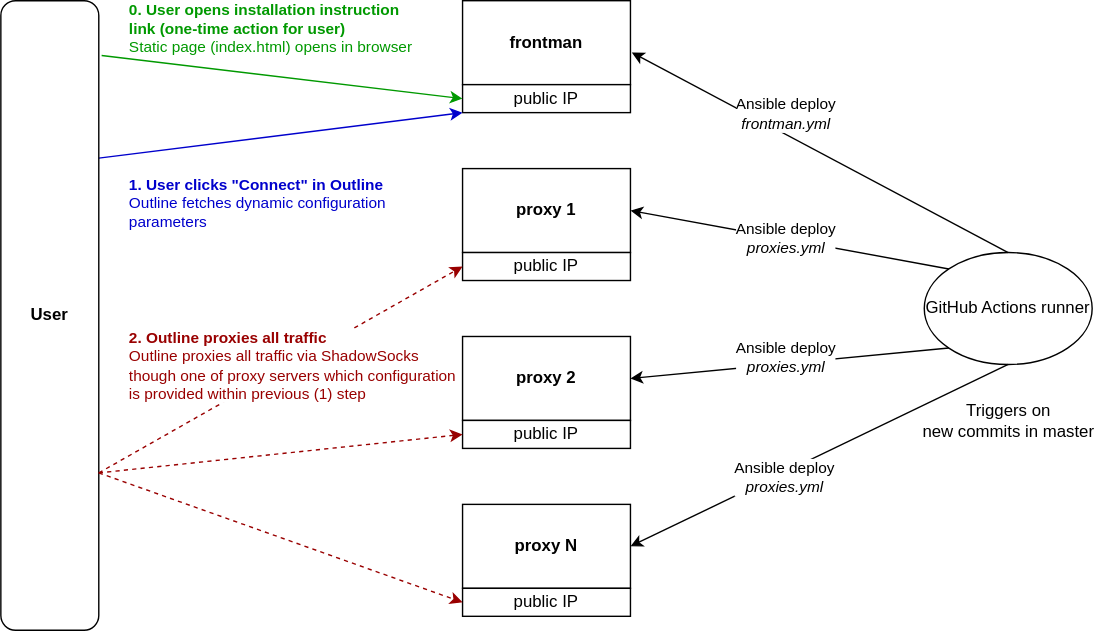
This is diagram.svg from ed-asriyan/proxy-server, a draw.io export, as it was before one commit. Source tidied: cells renumbered, new cells last; positions are measured from the earlier drawing's top-left corner, leaving out a move shared by most shapes.
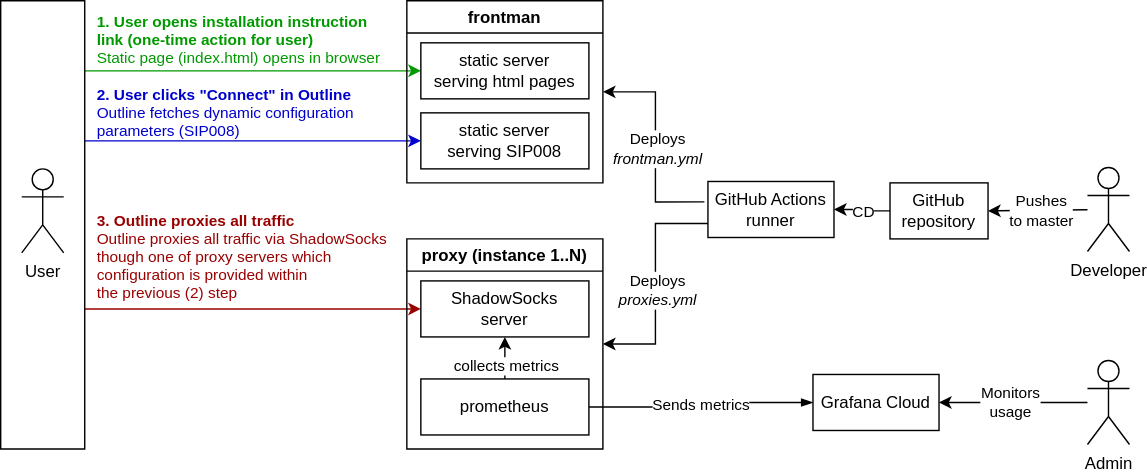
After the change.

What changed in the source:
```diff
@@ -2,100 +2,125 @@
   <root>
     <mxCell id="0" />
     <mxCell id="1" parent="0" />
-    <mxCell id="2" value="&lt;b&gt;frontman&lt;/b&gt;" style="rounded=0;whiteSpace=wrap;html=1;" parent="1" vertex="1">
-      <mxGeometry x="330" width="120" height="60" as="geometry" />
-    </mxCell>
-    <mxCell id="3" value="public IP" style="rounded=0;whiteSpace=wrap;html=1;" parent="1" vertex="1">
-      <mxGeometry x="330" y="60" width="120" height="20" as="geometry" />
-    </mxCell>
-    <mxCell id="4" value="&lt;b&gt;proxy 1&lt;/b&gt;" style="rounded=0;whiteSpace=wrap;html=1;" parent="1" vertex="1">
-      <mxGeometry x="330" y="120" width="120" height="60" as="geometry" />
-    </mxCell>
-    <mxCell id="5" value="public IP" style="rounded=0;whiteSpace=wrap;html=1;" parent="1" vertex="1">
-      <mxGeometry x="330" y="180" width="120" height="20" as="geometry" />
-    </mxCell>
-    <mxCell id="6" value="&lt;b&gt;proxy 2&lt;/b&gt;" style="rounded=0;whiteSpace=wrap;html=1;" parent="1" vertex="1">
-      <mxGeometry x="330" y="240" width="120" height="60" as="geometry" />
-    </mxCell>
-    <mxCell id="7" value="public IP" style="rounded=0;whiteSpace=wrap;html=1;" parent="1" vertex="1">
-      <mxGeometry x="330" y="300" width="120" height="20" as="geometry" />
-    </mxCell>
-    <mxCell id="8" value="&lt;b&gt;proxy N&lt;/b&gt;" style="rounded=0;whiteSpace=wrap;html=1;" parent="1" vertex="1">
-      <mxGeometry x="330" y="360" width="120" height="60" as="geometry" />
-    </mxCell>
-    <mxCell id="9" value="public IP" style="rounded=0;whiteSpace=wrap;html=1;" parent="1" vertex="1">
-      <mxGeometry x="330" y="420" width="120" height="20" as="geometry" />
-    </mxCell>
-    <mxCell id="10" value="GitHub Actions runner" style="ellipse;whiteSpace=wrap;html=1;" parent="1" vertex="1">
-      <mxGeometry x="660" y="180" width="120" height="80" as="geometry" />
-    </mxCell>
-    <mxCell id="11" style="endArrow=classic;html=1;rounded=0;entryX=1.008;entryY=0.617;entryDx=0;entryDy=0;exitX=0.5;exitY=0;exitDx=0;exitDy=0;entryPerimeter=0;" parent="1" edge="1" source="10" target="2">
+    <mxCell id="11" style="endArrow=classic;html=1;rounded=0;exitX=-0.028;exitY=0.364;exitDx=0;exitDy=0;edgeStyle=orthogonalEdgeStyle;entryX=1;entryY=0.5;entryDx=0;entryDy=0;exitPerimeter=0;" parent="1" edge="1" source="10" target="2">
       <mxGeometry relative="1" as="geometry" />
     </mxCell>
-    <mxCell id="12" value="Ansible deploy&lt;br&gt;&lt;i&gt;frontman.yml&lt;/i&gt;" style="edgeLabel;html=1;align=center;verticalAlign=middle;" parent="11" vertex="1">
-      <mxGeometry x="-0.24" y="3" relative="1" as="geometry">
-        <mxPoint x="-56" y="-48" as="offset" />
-      </mxGeometry>
-    </mxCell>
-    <mxCell id="13" style="endArrow=classic;html=1;rounded=0;entryX=1;entryY=0.5;entryDx=0;entryDy=0;exitX=0;exitY=0;exitDx=0;exitDy=0;" parent="1" edge="1" source="10" target="4">
-      <mxGeometry relative="1" as="geometry" />
-    </mxCell>
-    <mxCell id="14" value="Ansible deploy&lt;br&gt;&lt;i style=&quot;border-color: var(--border-color);&quot;&gt;proxies.yml&lt;/i&gt;" style="edgeLabel;html=1;align=center;verticalAlign=middle;" parent="13" vertex="1">
-      <mxGeometry x="-0.24" y="3" relative="1" as="geometry">
-        <mxPoint x="-30" y="-9" as="offset" />
-      </mxGeometry>
-    </mxCell>
-    <mxCell id="15" style="endArrow=classic;html=1;rounded=0;entryX=1;entryY=0.5;entryDx=0;entryDy=0;exitX=0;exitY=1;exitDx=0;exitDy=0;" parent="1" edge="1" source="10" target="6">
-      <mxGeometry relative="1" as="geometry" />
-    </mxCell>
-    <mxCell id="16" value="Ansible deploy&lt;br&gt;&lt;i style=&quot;border-color: var(--border-color);&quot;&gt;proxies.yml&lt;/i&gt;" style="edgeLabel;html=1;align=center;verticalAlign=middle;" parent="15" vertex="1">
-      <mxGeometry x="-0.24" y="3" relative="1" as="geometry">
-        <mxPoint x="-31" y="-5" as="offset" />
-      </mxGeometry>
-    </mxCell>
-    <mxCell id="17" style="endArrow=classic;html=1;rounded=0;entryX=1;entryY=0.5;entryDx=0;entryDy=0;exitX=0.5;exitY=1;exitDx=0;exitDy=0;" parent="1" edge="1" source="10" target="8">
-      <mxGeometry relative="1" as="geometry" />
-    </mxCell>
-    <mxCell id="18" value="Ansible deploy&lt;br&gt;&lt;i style=&quot;border-color: var(--border-color);&quot;&gt;proxies.yml&lt;/i&gt;" style="edgeLabel;html=1;align=center;verticalAlign=middle;" parent="17" vertex="1">
-      <mxGeometry x="-0.24" y="3" relative="1" as="geometry">
-        <mxPoint x="-59" y="28" as="offset" />
-      </mxGeometry>
-    </mxCell>
-    <mxCell id="19" value="Triggers on&lt;br&gt;new commits in master" style="text;html=1;align=center;verticalAlign=middle;strokeColor=none;fillColor=none;" parent="1" vertex="1">
-      <mxGeometry x="645" y="280" width="150" height="40" as="geometry" />
-    </mxCell>
+    <mxCell id="29" value="Deploys&lt;br&gt;&lt;i&gt;frontman.yml&lt;/i&gt;" style="edgeLabel;html=1;align=center;verticalAlign=middle;" parent="11" vertex="1">
+      <mxGeometry x="0.16" y="-1" relative="1" as="geometry">
+        <mxPoint y="15" as="offset" />
+      </mxGeometry>
+    </mxCell>
-    <mxCell id="20" style="endArrow=classic;html=1;rounded=0;exitX=1.029;exitY=0.087;exitDx=0;exitDy=0;exitPerimeter=0;fontColor=#009900;strokeColor=#009900;entryX=0;entryY=0.5;entryDx=0;entryDy=0;" parent="1" edge="1" source="24" target="3">
-      <mxGeometry relative="1" as="geometry" />
+    <mxCell id="20" style="endArrow=classic;html=1;rounded=0;fontColor=#009900;strokeColor=#009900;entryX=0;entryY=0.5;entryDx=0;entryDy=0;" parent="1" edge="1" target="35">
+      <mxGeometry relative="1" as="geometry">
+        <mxPoint x="50" y="-90" as="sourcePoint" />
+      </mxGeometry>
     </mxCell>
-    <mxCell id="21" value="&lt;div style=&quot;&quot;&gt;&lt;b&gt;0. User opens installation instruction&lt;/b&gt;&lt;/div&gt;&lt;div style=&quot;&quot;&gt;&lt;b&gt;link (one-time action for user)&lt;/b&gt;&lt;/div&gt;&lt;div style=&quot;&quot;&gt;Static page (index.html) opens in browser&lt;/div&gt;" style="edgeLabel;html=1;align=left;verticalAlign=middle;fontColor=#009900;" parent="20" vertex="1">
+    <mxCell id="21" value="&lt;div style=&quot;&quot;&gt;&lt;b&gt;1. User opens installation instruction&lt;/b&gt;&lt;/div&gt;&lt;div style=&quot;&quot;&gt;&lt;b&gt;link (one-time action for user)&lt;/b&gt;&lt;/div&gt;&lt;div style=&quot;&quot;&gt;Static page (index.html) opens in browser&lt;/div&gt;" style="edgeLabel;html=1;align=left;verticalAlign=middle;fontColor=#009900;labelBackgroundColor=none;" parent="20" vertex="1">
       <mxGeometry x="-0.24" y="3" relative="1" as="geometry">
-        <mxPoint x="-81" y="-28" as="offset" />
+        <mxPoint x="-84" y="-20" as="offset" />
       </mxGeometry>
     </mxCell>
-    <mxCell id="22" style="endArrow=classic;html=1;rounded=0;entryX=0;entryY=1;entryDx=0;entryDy=0;exitX=1;exitY=0.25;exitDx=0;exitDy=0;fontColor=#0000CC;strokeColor=#0000CC;" parent="1" edge="1" source="24" target="3">
-      <mxGeometry relative="1" as="geometry" />
+    <mxCell id="22" style="endArrow=classic;html=1;rounded=0;entryX=0;entryY=0.5;entryDx=0;entryDy=0;fontColor=#0000CC;strokeColor=#0000CC;" parent="1" edge="1" target="36">
+      <mxGeometry relative="1" as="geometry">
+        <mxPoint x="50" y="-40" as="sourcePoint" />
+      </mxGeometry>
     </mxCell>
-    <mxCell id="23" value="&lt;div style=&quot;&quot;&gt;&lt;b&gt;1. User clicks &quot;Connect&quot; in Outline&lt;/b&gt;&lt;/div&gt;&lt;div style=&quot;&quot;&gt;Outline fetches dynamic configuration&lt;/div&gt;&lt;div style=&quot;&quot;&gt;parameters&lt;/div&gt;" style="edgeLabel;html=1;align=left;verticalAlign=middle;fontColor=#0000CC;" parent="22" vertex="1">
+    <mxCell id="23" value="&lt;b&gt;2. User clicks &quot;Connect&quot; in Outline&lt;br&gt;&lt;/b&gt;Outline fetches dynamic configuration&lt;br&gt;parameters (SIP008)" style="edgeLabel;align=left;verticalAlign=middle;fontColor=#0000CC;labelBorderColor=none;html=1;labelBackgroundColor=none;" parent="22" vertex="1">
       <mxGeometry x="-0.24" y="3" relative="1" as="geometry">
-        <mxPoint x="-78" y="47" as="offset" />
+        <mxPoint x="-84" y="-18" as="offset" />
       </mxGeometry>
     </mxCell>
-    <mxCell id="24" value="User" style="rounded=1;whiteSpace=wrap;html=1;fontStyle=1;" parent="1" vertex="1">
-      <mxGeometry width="70" height="450" as="geometry" />
-    </mxCell>
-    <mxCell id="25" style="endArrow=classic;html=1;rounded=0;exitX=1;exitY=0.75;exitDx=0;exitDy=0;entryX=0;entryY=0.5;entryDx=0;entryDy=0;fontColor=#990000;strokeColor=#990000;dashed=1;" parent="1" edge="1" source="24" target="5">
-      <mxGeometry relative="1" as="geometry" />
+    <mxCell id="25" style="endArrow=classic;html=1;rounded=0;entryX=0;entryY=0.5;entryDx=0;entryDy=0;fontColor=#990000;strokeColor=#990000;" parent="1" edge="1" target="31">
+      <mxGeometry relative="1" as="geometry">
+        <mxPoint x="50" y="80" as="sourcePoint" />
+      </mxGeometry>
     </mxCell>
-    <mxCell id="26" value="&lt;div style=&quot;&quot;&gt;&lt;b&gt;2. Outline proxies all traffic&amp;nbsp;&lt;/b&gt;&lt;/div&gt;&lt;div style=&quot;&quot;&gt;Outline proxies all traffic via ShadowSocks&lt;/div&gt;&lt;div style=&quot;&quot;&gt;though one of proxy servers which configuration&lt;/div&gt;&lt;div style=&quot;&quot;&gt;is provided within previous (1) step&lt;/div&gt;" style="edgeLabel;html=1;align=left;verticalAlign=middle;fontColor=#990000;" parent="25" vertex="1">
+    <mxCell id="26" value="&lt;div style=&quot;&quot;&gt;&lt;b&gt;3. Outline proxies all traffic&amp;nbsp;&lt;/b&gt;&lt;/div&gt;&lt;div style=&quot;&quot;&gt;Outline proxies all traffic via ShadowSocks&lt;/div&gt;&lt;div style=&quot;&quot;&gt;though one of proxy servers which&lt;/div&gt;&lt;div style=&quot;&quot;&gt;configuration is provided within&lt;/div&gt;&lt;div style=&quot;&quot;&gt;the previous (2) step&lt;/div&gt;" style="edgeLabel;html=1;align=left;verticalAlign=middle;fontColor=#990000;labelBackgroundColor=none;" parent="25" vertex="1">
       <mxGeometry x="-0.24" y="3" relative="1" as="geometry">
-        <mxPoint x="-77" y="-19" as="offset" />
+        <mxPoint x="-84" y="-35" as="offset" />
       </mxGeometry>
     </mxCell>
-    <mxCell id="27" style="endArrow=classic;html=1;rounded=0;entryX=0;entryY=0.5;entryDx=0;entryDy=0;exitX=1;exitY=0.75;exitDx=0;exitDy=0;fontColor=#990000;strokeColor=#990000;dashed=1;" parent="1" edge="1" source="24" target="7">
-      <mxGeometry relative="1" as="geometry" />
-    </mxCell>
-    <mxCell id="28" style="endArrow=classic;html=1;rounded=0;entryX=0;entryY=0.5;entryDx=0;entryDy=0;exitX=1;exitY=0.75;exitDx=0;exitDy=0;fontColor=#990000;strokeColor=#990000;dashed=1;" parent="1" edge="1" source="24" target="9">
-      <mxGeometry relative="1" as="geometry" />
-    </mxCell>
+    <mxCell id="30" value="proxy (instance 1..N)" style="swimlane;fillColor=none;labelBackgroundColor=default;" parent="1" vertex="1">
+      <mxGeometry x="280" y="30" width="140" height="150" as="geometry" />
+    </mxCell>
+    <mxCell id="31" value="ShadowSocks&lt;br&gt;server" style="whiteSpace=wrap;html=1;fillColor=none;" parent="30" vertex="1">
+      <mxGeometry x="10" y="30" width="120" height="40" as="geometry" />
+    </mxCell>
+    <mxCell id="32" style="edgeStyle=orthogonalEdgeStyle;rounded=0;jettySize=auto;html=1;" parent="30" edge="1" source="34" target="31">
+      <mxGeometry relative="1" as="geometry" />
+    </mxCell>
+    <mxCell id="33" value="collects metrics" style="edgeLabel;html=1;align=center;verticalAlign=middle;" parent="32" vertex="1">
+      <mxGeometry x="0.4" y="1" relative="1" as="geometry">
+        <mxPoint x="1" y="5" as="offset" />
+      </mxGeometry>
+    </mxCell>
+    <mxCell id="34" value="prometheus" style="whiteSpace=wrap;html=1;fillColor=none;" parent="30" vertex="1">
+      <mxGeometry x="10" y="100" width="120" height="40" as="geometry" />
+    </mxCell>
+    <mxCell id="2" value="frontman" style="swimlane;strokeColor=default;swimlaneLine=1;fillColor=none;labelBackgroundColor=default;" parent="1" vertex="1">
+      <mxGeometry x="280" y="-140" width="140" height="130" as="geometry" />
+    </mxCell>
+    <mxCell id="35" value="static server&lt;br&gt;serving html pages" style="whiteSpace=wrap;html=1;fillColor=none;" parent="2" vertex="1">
+      <mxGeometry x="10" y="30" width="120" height="40" as="geometry" />
+    </mxCell>
+    <mxCell id="36" value="static server&lt;br style=&quot;border-color: var(--border-color);&quot;&gt;serving SIP008" style="whiteSpace=wrap;html=1;fillColor=none;" parent="2" vertex="1">
+      <mxGeometry x="10" y="80" width="120" height="40" as="geometry" />
+    </mxCell>
+    <mxCell id="37" style="swimlane;strokeColor=default;swimlaneLine=0;fillColor=none;labelBackgroundColor=default;" parent="1" vertex="1">
+      <mxGeometry x="-10" y="-140" width="60" height="320" as="geometry" />
+    </mxCell>
+    <mxCell id="24" value="User" style="shape=umlActor;verticalLabelPosition=bottom;verticalAlign=top;html=1;" parent="37" vertex="1">
+      <mxGeometry x="15" y="120" width="30" height="60" as="geometry" />
+    </mxCell>
+    <mxCell id="38" value="Sends metrics" style="edgeStyle=orthogonalEdgeStyle;rounded=0;jettySize=auto;html=1;entryX=1;entryY=0.5;entryDx=0;entryDy=0;jumpStyle=sharp;startArrow=blockThin;startFill=1;endArrow=none;endFill=0;exitX=0;exitY=0.5;exitDx=0;exitDy=0;" parent="1" edge="1" source="50" target="34">
+      <mxGeometry relative="1" as="geometry" />
+    </mxCell>
+    <mxCell id="39" style="edgeStyle=orthogonalEdgeStyle;rounded=0;jettySize=auto;html=1;entryX=1;entryY=0.5;entryDx=0;entryDy=0;exitX=0;exitY=0.5;exitDx=0;exitDy=0;" parent="1" edge="1" source="49" target="10">
+      <mxGeometry relative="1" as="geometry" />
+    </mxCell>
+    <mxCell id="40" value="CD" style="edgeLabel;html=1;align=center;verticalAlign=middle;" parent="39" vertex="1">
+      <mxGeometry x="-0.17" y="2" relative="1" as="geometry">
+        <mxPoint x="-3" y="-2" as="offset" />
+      </mxGeometry>
+    </mxCell>
+    <mxCell id="41" style="endArrow=classic;html=1;rounded=0;entryX=1;entryY=0.5;entryDx=0;entryDy=0;exitX=0;exitY=0.75;exitDx=0;exitDy=0;edgeStyle=orthogonalEdgeStyle;" parent="1" edge="1" source="10" target="30">
+      <mxGeometry relative="1" as="geometry" />
+    </mxCell>
+    <mxCell id="42" value="Deploys&lt;br&gt;&lt;i&gt;proxies.yml&lt;/i&gt;" style="edgeLabel;html=1;align=center;verticalAlign=middle;" parent="41" vertex="1">
+      <mxGeometry x="-0.04" y="1" relative="1" as="geometry">
+        <mxPoint y="8" as="offset" />
+      </mxGeometry>
+    </mxCell>
+    <mxCell id="43" value="Admin" style="shape=umlActor;verticalLabelPosition=bottom;verticalAlign=top;html=1;" parent="1" vertex="1">
+      <mxGeometry x="766" y="116.8" width="30" height="60" as="geometry" />
+    </mxCell>
+    <mxCell id="44" style="endArrow=classic;html=1;rounded=0;entryX=1;entryY=0.5;entryDx=0;entryDy=0;" parent="1" edge="1" source="43" target="50">
+      <mxGeometry relative="1" as="geometry" />
+    </mxCell>
+    <mxCell id="45" value="Monitors&lt;br&gt;usage" style="edgeLabel;html=1;align=center;verticalAlign=middle;" parent="44" vertex="1">
+      <mxGeometry x="0.29" y="2" relative="1" as="geometry">
+        <mxPoint x="12" y="-2" as="offset" />
+      </mxGeometry>
+    </mxCell>
+    <mxCell id="46" value="Developer" style="shape=umlActor;verticalLabelPosition=bottom;verticalAlign=top;html=1;" parent="1" vertex="1">
+      <mxGeometry x="766" y="-21" width="30" height="60" as="geometry" />
+    </mxCell>
+    <mxCell id="47" style="endArrow=classic;html=1;rounded=0;entryX=1;entryY=0.5;entryDx=0;entryDy=0;" parent="1" edge="1" source="46" target="49">
+      <mxGeometry relative="1" as="geometry" />
+    </mxCell>
+    <mxCell id="48" value="Pushes&lt;br&gt;to master" style="edgeLabel;html=1;align=center;verticalAlign=middle;" parent="47" vertex="1">
+      <mxGeometry x="0.29" y="2" relative="1" as="geometry">
+        <mxPoint x="12" y="-2" as="offset" />
+      </mxGeometry>
+    </mxCell>
+    <mxCell id="10" value="GitHub Actions&lt;br&gt;runner" style="rounded=0;whiteSpace=wrap;html=1;" parent="1" vertex="1">
+      <mxGeometry x="495" y="-11" width="90" height="40" as="geometry" />
+    </mxCell>
+    <mxCell id="49" value="GitHub&lt;br&gt;repository" style="rounded=0;whiteSpace=wrap;html=1;" parent="1" vertex="1">
+      <mxGeometry x="625" y="-10" width="70" height="40" as="geometry" />
+    </mxCell>
+    <mxCell id="50" value="Grafana Cloud" style="rounded=0;whiteSpace=wrap;html=1;" parent="1" vertex="1">
+      <mxGeometry x="570" y="126.8" width="90" height="40" as="geometry" />
+    </mxCell>
   </root>
 </mxGraphModel>
```
